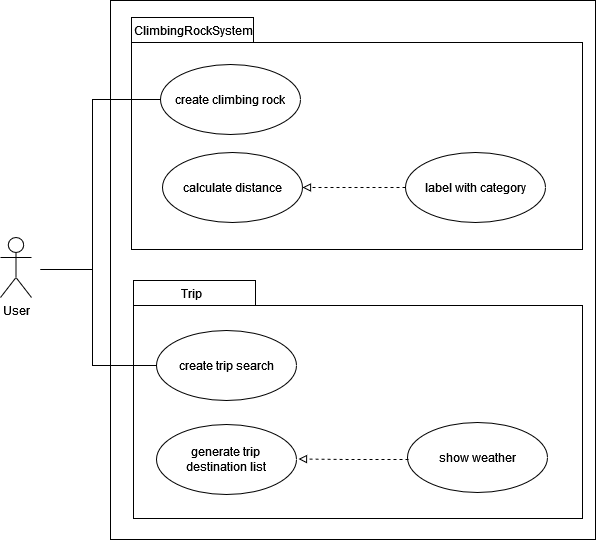
eicul04/PlanOnRocks-documentation keeps this draw.io diagram as planOnRocks_UCD.png. Above is the earlier version. Source tidied: cells renumbered, new cells last; positions are measured from the earlier drawing's top-left corner, leaving out a move shared by most shapes.
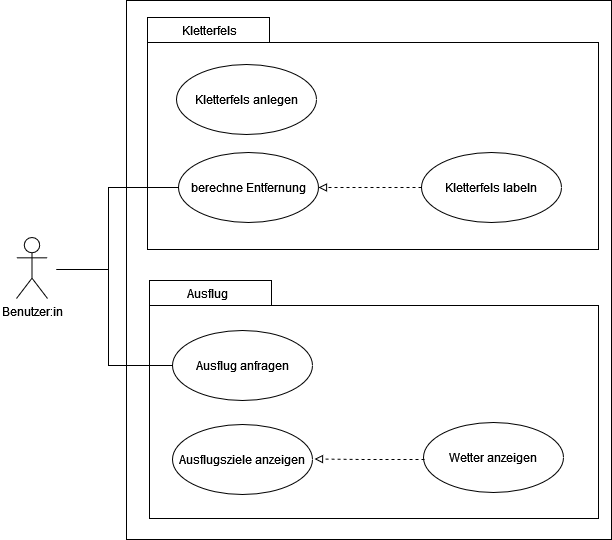
Later version of the same file.

The edit, as a diff of the source:
```diff
@@ -8,22 +8,22 @@
     <mxCell id="3" style="shape=folder;fontStyle=1;spacingTop=10;tabWidth=122;tabHeight=25;tabPosition=left;html=1;" parent="1" vertex="1">
       <mxGeometry x="131" y="17" width="451" height="232" as="geometry" />
     </mxCell>
-    <mxCell id="4" value="ClimbingRockSystem" style="text;html=1;align=center;verticalAlign=middle;strokeColor=none;fillColor=none;" parent="1" vertex="1">
-      <mxGeometry x="131" y="21" width="124" height="18" as="geometry" />
+    <mxCell id="4" value="Kletterfels" style="text;html=1;align=center;verticalAlign=middle;strokeColor=none;fillColor=none;" parent="1" vertex="1">
+      <mxGeometry x="160" y="21" width="66" height="18" as="geometry" />
     </mxCell>
-    <mxCell id="5" value="create climbing rock" style="ellipse;whiteSpace=wrap;html=1;" parent="1" vertex="1">
+    <mxCell id="5" value="Kletterfels anlegen" style="ellipse;whiteSpace=wrap;html=1;" parent="1" vertex="1">
       <mxGeometry x="160" y="64" width="140" height="70" as="geometry" />
     </mxCell>
     <mxCell id="6" style="shape=folder;fontStyle=1;spacingTop=10;tabWidth=122;tabHeight=25;tabPosition=left;html=1;" parent="1" vertex="1">
       <mxGeometry x="133" y="280" width="449" height="238" as="geometry" />
     </mxCell>
-    <mxCell id="7" value="Trip" style="text;html=1;align=center;verticalAlign=middle;strokeColor=none;fillColor=none;" parent="1" vertex="1">
-      <mxGeometry x="176" y="284" width="30" height="18" as="geometry" />
+    <mxCell id="7" value="Ausflug" style="text;html=1;align=center;verticalAlign=middle;strokeColor=none;fillColor=none;" parent="1" vertex="1">
+      <mxGeometry x="165" y="284" width="52" height="18" as="geometry" />
     </mxCell>
-    <mxCell id="8" value="create trip search" style="ellipse;whiteSpace=wrap;html=1;" parent="1" vertex="1">
+    <mxCell id="8" value="Ausflug anfragen" style="ellipse;whiteSpace=wrap;html=1;" parent="1" vertex="1">
       <mxGeometry x="156" y="330" width="140" height="70" as="geometry" />
     </mxCell>
-    <mxCell id="9" style="edgeStyle=elbowEdgeStyle;rounded=0;jettySize=auto;html=1;endArrow=none;endFill=0;exitX=0;exitY=0.5;exitDx=0;exitDy=0;" parent="1" edge="1" source="5">
+    <mxCell id="9" style="edgeStyle=elbowEdgeStyle;rounded=0;jettySize=auto;html=1;endArrow=none;endFill=0;" parent="1" edge="1" source="10">
       <mxGeometry relative="1" as="geometry">
         <mxPoint x="40" y="269" as="targetPoint" />
         <Array as="points">
@@ -31,19 +31,19 @@
         </Array>
       </mxGeometry>
     </mxCell>
-    <mxCell id="10" value="calculate distance" style="ellipse;whiteSpace=wrap;html=1;" parent="1" vertex="1">
+    <mxCell id="10" value="berechne Entfernung" style="ellipse;whiteSpace=wrap;html=1;" parent="1" vertex="1">
       <mxGeometry x="162" y="152" width="140" height="70" as="geometry" />
     </mxCell>
     <mxCell id="11" style="edgeStyle=orthogonalEdgeStyle;rounded=0;jettySize=auto;html=1;dashed=1;endArrow=block;endFill=0;" parent="1" edge="1" source="12" target="10">
       <mxGeometry relative="1" as="geometry" />
     </mxCell>
-    <mxCell id="12" value="label with category" style="ellipse;whiteSpace=wrap;html=1;" parent="1" vertex="1">
+    <mxCell id="12" value="Kletterfels labeln" style="ellipse;whiteSpace=wrap;html=1;" parent="1" vertex="1">
       <mxGeometry x="405" y="152" width="140" height="70" as="geometry" />
     </mxCell>
-    <mxCell id="13" value="generate trip&lt;br&gt; destination list" style="ellipse;whiteSpace=wrap;html=1;" parent="1" vertex="1">
+    <mxCell id="13" value="Ausflugsziele anzeigen" style="ellipse;whiteSpace=wrap;html=1;" parent="1" vertex="1">
       <mxGeometry x="156" y="424" width="140" height="70" as="geometry" />
     </mxCell>
-    <mxCell id="14" value="show weather" style="ellipse;whiteSpace=wrap;html=1;" parent="1" vertex="1">
+    <mxCell id="14" value="Wetter anzeigen" style="ellipse;whiteSpace=wrap;html=1;" parent="1" vertex="1">
       <mxGeometry x="407" y="422" width="140" height="70" as="geometry" />
     </mxCell>
     <mxCell id="15" style="edgeStyle=orthogonalEdgeStyle;rounded=0;orthogonalLoop=1;jettySize=auto;html=1;dashed=1;endArrow=block;endFill=0;" parent="1" edge="1">
@@ -63,8 +63,8 @@
         </Array>
       </mxGeometry>
     </mxCell>
-    <mxCell id="17" value="User" style="shape=umlActor;verticalLabelPosition=bottom;verticalAlign=top;html=1;" parent="1" vertex="1">
-      <mxGeometry y="237" width="31" height="60" as="geometry" />
+    <mxCell id="17" value="Benutzer:in" style="shape=umlActor;verticalLabelPosition=bottom;verticalAlign=top;html=1;" parent="1" vertex="1">
+      <mxGeometry y="237" width="31" height="61" as="geometry" />
     </mxCell>
   </root>
 </mxGraphModel>
```
